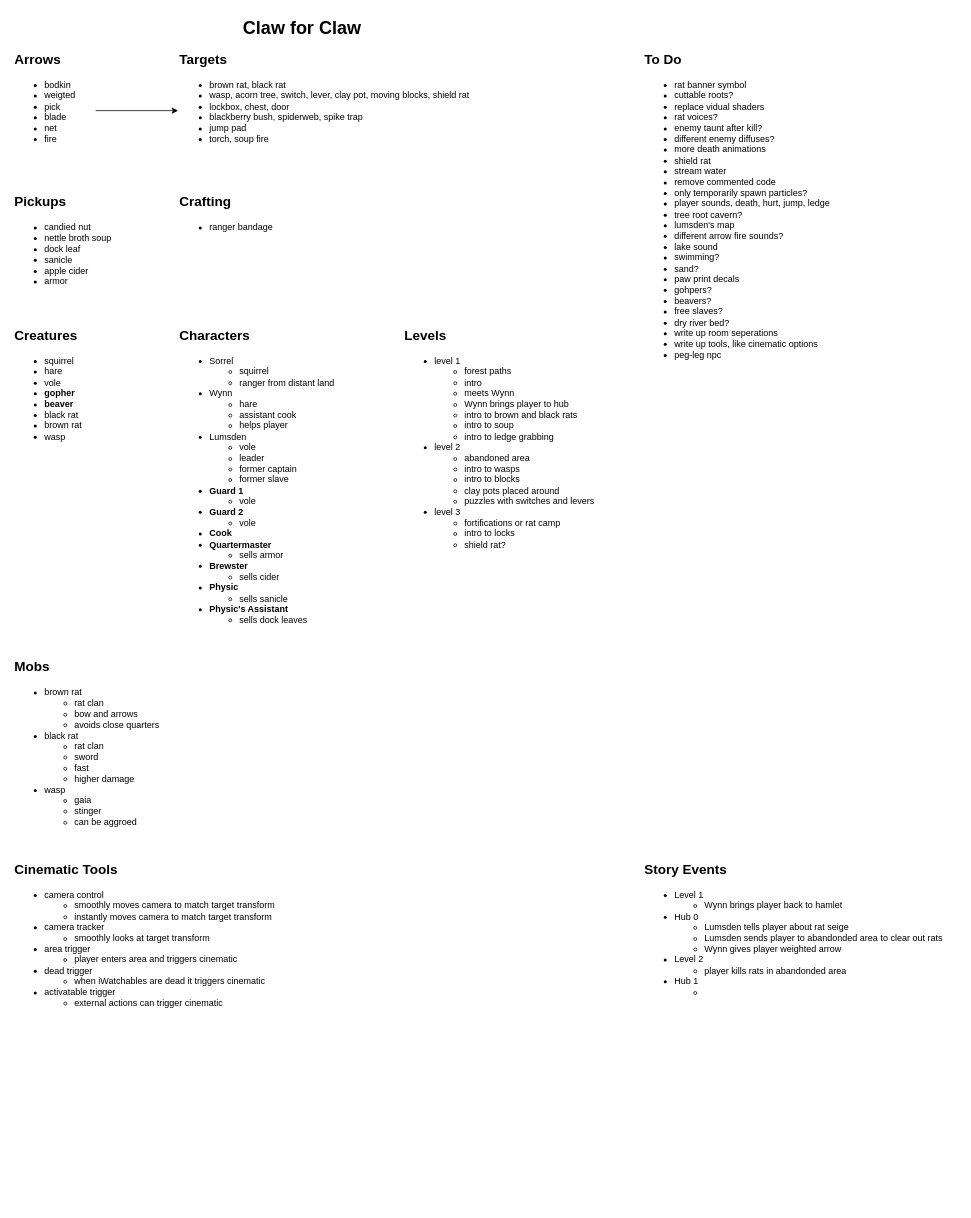
The draw.io diagram Planning/design-doc.drawio in camerondedore/Godot-Project-3, before the edit. Source tidied: cells renumbered, new cells numbered last; positions are measured from the earlier drawing's top-left corner, leaving out a move shared by most shapes. Both pictures are drawn from the tidied source at 75%, with x=0, y=0 at pixel (13, 13).
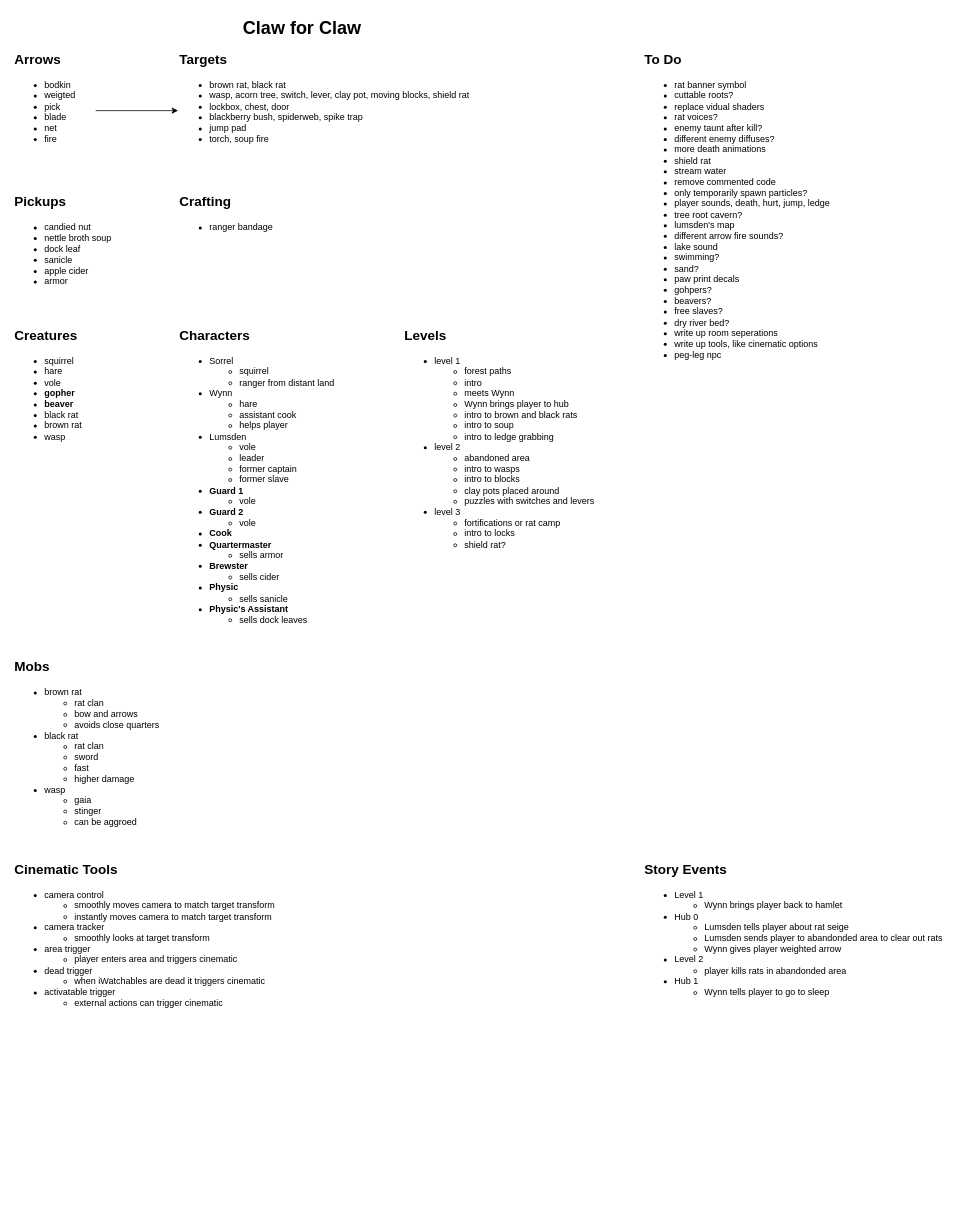
After the change.

What changed in the source:
```diff
@@
-    <mxCell id="25" value="&lt;ul&gt;&lt;li&gt;Level 1&lt;/li&gt;&lt;ul&gt;&lt;li&gt;Wynn brings player back to hamlet&lt;/li&gt;&lt;/ul&gt;&lt;li&gt;Hub 0&lt;/li&gt;&lt;ul&gt;&lt;li&gt;Lumsden tells player about rat seige&lt;/li&gt;&lt;li&gt;Lumsden sends player to abandonded area to clear out rats&lt;/li&gt;&lt;li&gt;Wynn gives player weighted arrow&lt;/li&gt;&lt;/ul&gt;&lt;li&gt;Level 2&lt;/li&gt;&lt;ul&gt;&lt;li&gt;player kills rats in abandonded area&lt;/li&gt;&lt;/ul&gt;&lt;li&gt;Hub 1&lt;/li&gt;&lt;ul&gt;&lt;li&gt;&lt;br&gt;&lt;/li&gt;&lt;/ul&gt;&lt;/ul&gt;" style="text;html=1;align=left;verticalAlign=top;whiteSpace=wrap;rounded=0;" parent="1" vertex="1">
+    <mxCell id="25" value="&lt;ul&gt;&lt;li&gt;Level 1&lt;/li&gt;&lt;ul&gt;&lt;li&gt;Wynn brings player back to hamlet&lt;/li&gt;&lt;/ul&gt;&lt;li&gt;Hub 0&lt;/li&gt;&lt;ul&gt;&lt;li&gt;Lumsden tells player about rat seige&lt;/li&gt;&lt;li&gt;Lumsden sends player to abandonded area to clear out rats&lt;/li&gt;&lt;li&gt;Wynn gives player weighted arrow&lt;/li&gt;&lt;/ul&gt;&lt;li&gt;Level 2&lt;/li&gt;&lt;ul&gt;&lt;li&gt;player kills rats in abandonded area&lt;/li&gt;&lt;/ul&gt;&lt;li&gt;Hub 1&lt;/li&gt;&lt;ul&gt;&lt;li&gt;Wynn tells player to go to sleep&lt;/li&gt;&lt;/ul&gt;&lt;/ul&gt;" style="text;html=1;align=left;verticalAlign=top;whiteSpace=wrap;rounded=0;" parent="1" vertex="1">
       <mxGeometry x="840" y="1150" width="420" height="440" as="geometry" />
     </mxCell>
```
